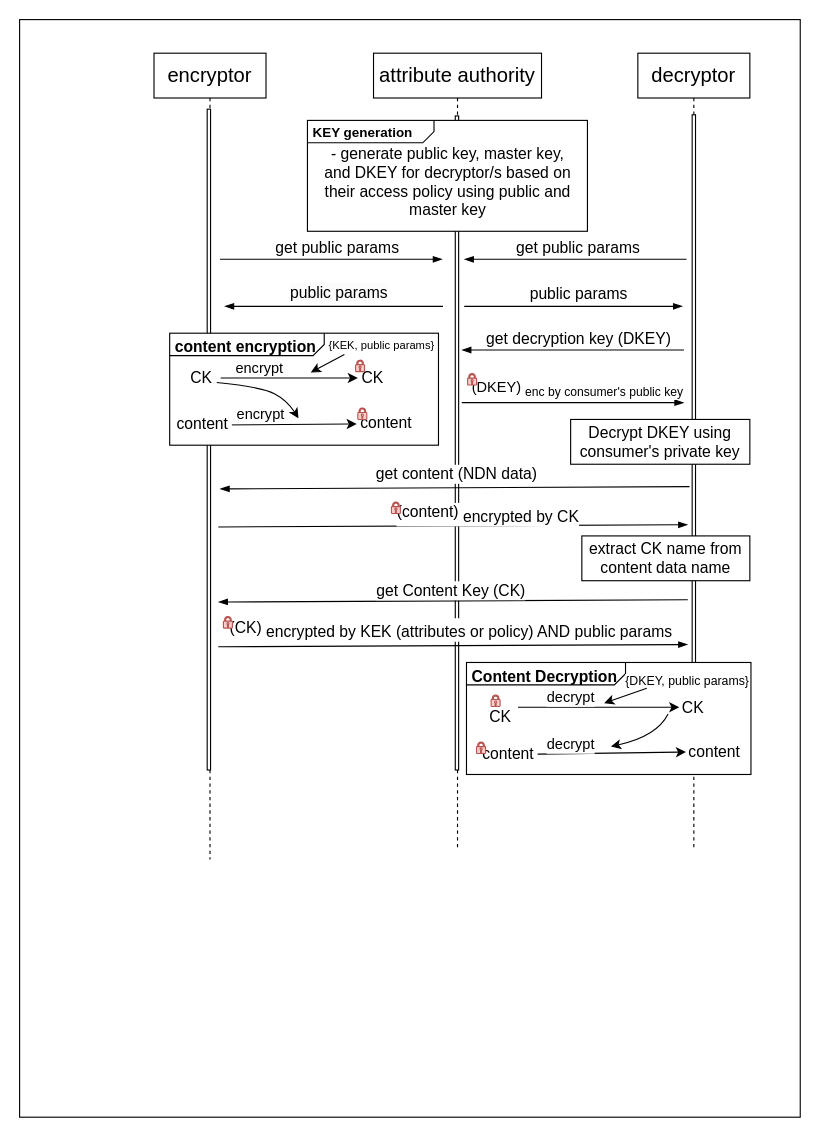
Above: seq-nac-revisit.drawio in dulalsaurab/NDNHealth (draw.io), before the change. Source tidied: cells renumbered, new cells numbered last; positions are measured from the earlier drawing's top-left corner, leaving out a move shared by most shapes. Both pictures are drawn from the tidied source at 112%, with x=0, y=0 at pixel (19, 19).
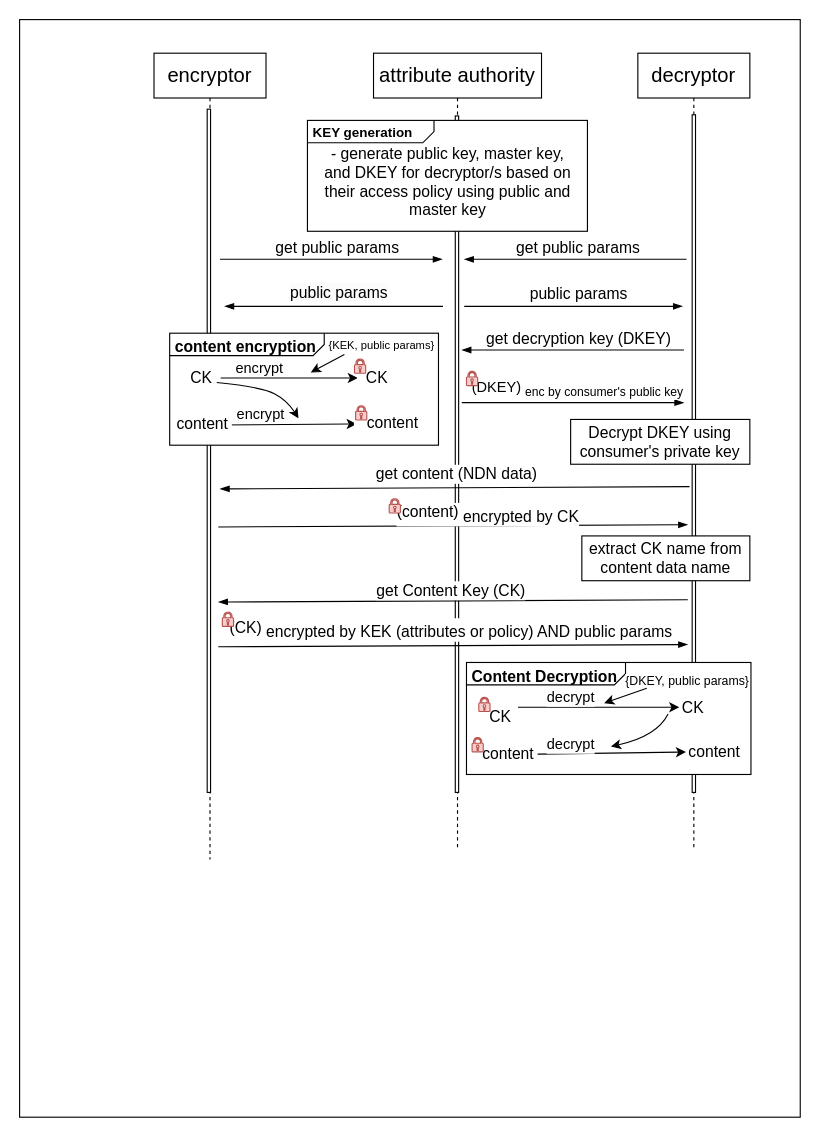
Above is the later version.

The change refers to these unchanged cells:
```xml
<mxCell id="3" value="&lt;font style=&quot;font-size: 18px;&quot;&gt;encryptor&lt;/font&gt;" style="shape=umlLifeline;perimeter=lifelinePerimeter;whiteSpace=wrap;html=1;newEdgeStyle={&quot;edgeStyle&quot;:&quot;elbowEdgeStyle&quot;,&quot;elbow&quot;:&quot;vertical&quot;,&quot;curved&quot;:0,&quot;rounded&quot;:0};" parent="1" vertex="1">
  <mxGeometry x="120" y="30" width="100" height="720" as="geometry" />
</mxCell>
<mxCell id="5" value="&lt;font style=&quot;font-size: 18px;&quot;&gt;attribute authority&lt;br&gt;&lt;/font&gt;" style="shape=umlLifeline;perimeter=lifelinePerimeter;whiteSpace=wrap;html=1;newEdgeStyle={&quot;edgeStyle&quot;:&quot;elbowEdgeStyle&quot;,&quot;elbow&quot;:&quot;vertical&quot;,&quot;curved&quot;:0,&quot;rounded&quot;:0};" parent="1" vertex="1">
  <mxGeometry x="316" y="30" width="150" height="710" as="geometry" />
</mxCell>
<mxCell id="7" value="&lt;font style=&quot;font-size: 18px;&quot;&gt;decryptor&lt;/font&gt;" style="shape=umlLifeline;perimeter=lifelinePerimeter;whiteSpace=wrap;html=1;newEdgeStyle={&quot;edgeStyle&quot;:&quot;elbowEdgeStyle&quot;,&quot;elbow&quot;:&quot;vertical&quot;,&quot;curved&quot;:0,&quot;rounded&quot;:0};" parent="1" vertex="1">
  <mxGeometry x="552" y="30" width="100" height="710" as="geometry" />
</mxCell>
<mxCell id="37" style="endArrow=classic;html=1;rounded=0;" parent="1" edge="1">
  <mxGeometry relative="1" as="geometry">
    <mxPoint x="173" y="320" as="sourcePoint" />
    <mxPoint x="302" y="320" as="targetPoint" />
  </mxGeometry>
</mxCell>
<mxCell id="47" style="group;" parent="1" vertex="1">
  <mxGeometry x="399" y="574" width="254" height="100" as="geometry" />
</mxCell>
```

Change to the diagram source:
```diff
@@
     <mxCell id="4" style="html=1;perimeter=orthogonalPerimeter;targetShapes=umlLifeline;newEdgeStyle={&quot;edgeStyle&quot;:&quot;elbowEdgeStyle&quot;,&quot;elbow&quot;:&quot;vertical&quot;,&quot;curved&quot;:0,&quot;rounded&quot;:0};rounded=0;" parent="3" vertex="1">
-      <mxGeometry x="47.5" y="50" width="3" height="590" as="geometry" />
+      <mxGeometry x="47.5" y="50" width="3" height="610" as="geometry" />
     </mxCell>
@@
     <mxCell id="6" style="html=1;perimeter=orthogonalPerimeter;targetShapes=umlLifeline;newEdgeStyle={&quot;edgeStyle&quot;:&quot;elbowEdgeStyle&quot;,&quot;elbow&quot;:&quot;vertical&quot;,&quot;curved&quot;:0,&quot;rounded&quot;:0};" parent="5" vertex="1">
-      <mxGeometry x="73" y="56" width="3" height="584" as="geometry" />
+      <mxGeometry x="73" y="56" width="3" height="604" as="geometry" />
     </mxCell>
@@
     <mxCell id="8" style="html=1;perimeter=orthogonalPerimeter;targetShapes=umlLifeline;newEdgeStyle={&quot;edgeStyle&quot;:&quot;elbowEdgeStyle&quot;,&quot;elbow&quot;:&quot;vertical&quot;,&quot;curved&quot;:0,&quot;rounded&quot;:0};" parent="7" vertex="1">
-      <mxGeometry x="48.5" y="55" width="3" height="585" as="geometry" />
+      <mxGeometry x="48.5" y="55" width="3" height="605" as="geometry" />
     </mxCell>
@@
     <mxCell id="29" style="sketch=0;shadow=0;dashed=0;html=1;strokeColor=#b85450;labelPosition=center;verticalLabelPosition=bottom;verticalAlign=top;align=center;fillColor=#f8cecc;shape=mxgraph.mscae.enterprise.lock;" parent="1" vertex="1">
-      <mxGeometry x="400" y="316" width="8" height="10.3" as="geometry" />
+      <mxGeometry x="399" y="314" width="10" height="12.8" as="geometry" />
     </mxCell>
     <mxCell id="30" style="sketch=0;shadow=0;dashed=0;html=1;strokeColor=#b85450;labelPosition=center;verticalLabelPosition=bottom;verticalAlign=top;align=center;fillColor=#f8cecc;shape=mxgraph.mscae.enterprise.lock;" parent="1" vertex="1">
-      <mxGeometry x="332" y="430.7" width="8" height="10.3" as="geometry" />
+      <mxGeometry x="330" y="427.7" width="10" height="12.8" as="geometry" />
     </mxCell>
     <mxCell id="31" style="sketch=0;shadow=0;dashed=0;html=1;strokeColor=#b85450;labelPosition=center;verticalLabelPosition=bottom;verticalAlign=top;align=center;fillColor=#f8cecc;shape=mxgraph.mscae.enterprise.lock;" parent="1" vertex="1">
-      <mxGeometry x="182" y="533" width="8" height="10.3" as="geometry" />
+      <mxGeometry x="181" y="529" width="10" height="12.8" as="geometry" />
     </mxCell>
@@
-    <mxCell id="39" value="CK" style="edgeLabel;html=1;align=center;verticalAlign=middle;fontSize=14;" parent="37" vertex="1">
+    <mxCell id="39" value="&amp;nbsp; CK" style="edgeLabel;html=1;align=center;verticalAlign=middle;fontSize=14;" parent="37" vertex="1">
       <mxGeometry x="0.86" y="-2" relative="1" as="geometry">
         <mxPoint x="21" y="-3" as="offset" />
       </mxGeometry>
     </mxCell>
@@
-    <mxCell id="44" value="content&amp;nbsp;" style="edgeLabel;html=1;align=center;verticalAlign=middle;fontSize=14;" parent="1" vertex="1">
+    <mxCell id="44" value="&amp;nbsp; &amp;nbsp;content&amp;nbsp;" style="edgeLabel;html=1;align=center;verticalAlign=middle;fontSize=14;" parent="1" vertex="1">
       <mxGeometry x="330" y="362.3" as="geometry">
         <mxPoint x="-2" y="-3" as="offset" />
       </mxGeometry>
     </mxCell>
     <mxCell id="45" style="sketch=0;shadow=0;dashed=0;html=1;strokeColor=#b85450;labelPosition=center;verticalLabelPosition=bottom;verticalAlign=top;align=center;fillColor=#f8cecc;shape=mxgraph.mscae.enterprise.lock;" parent="1" vertex="1">
-      <mxGeometry x="300" y="304" width="8" height="10.3" as="geometry" />
+      <mxGeometry x="299" y="303" width="10" height="12.8" as="geometry" />
     </mxCell>
     <mxCell id="46" style="sketch=0;shadow=0;dashed=0;html=1;strokeColor=#b85450;labelPosition=center;verticalLabelPosition=bottom;verticalAlign=top;align=center;fillColor=#f8cecc;shape=mxgraph.mscae.enterprise.lock;" parent="1" vertex="1">
-      <mxGeometry x="302" y="346.7" width="8" height="10.3" as="geometry" />
+      <mxGeometry x="300" y="344.7" width="10" height="12.8" as="geometry" />
     </mxCell>
@@
     <mxCell id="56" style="sketch=0;shadow=0;dashed=0;html=1;strokeColor=#b85450;labelPosition=center;verticalLabelPosition=bottom;verticalAlign=top;align=center;fillColor=#f8cecc;shape=mxgraph.mscae.enterprise.lock;fontSize=15;" parent="47" vertex="1">
-      <mxGeometry x="22" y="29" width="8" height="10.3" as="geometry" />
+      <mxGeometry x="11" y="31" width="10" height="12.8" as="geometry" />
     </mxCell>
     <mxCell id="57" style="sketch=0;shadow=0;dashed=0;html=1;strokeColor=#b85450;labelPosition=center;verticalLabelPosition=bottom;verticalAlign=top;align=center;fillColor=#f8cecc;shape=mxgraph.mscae.enterprise.lock;fontSize=15;" parent="47" vertex="1">
-      <mxGeometry x="9" y="71" width="8" height="10.3" as="geometry" />
+      <mxGeometry x="5" y="67" width="10" height="12.8" as="geometry" />
     </mxCell>
```
